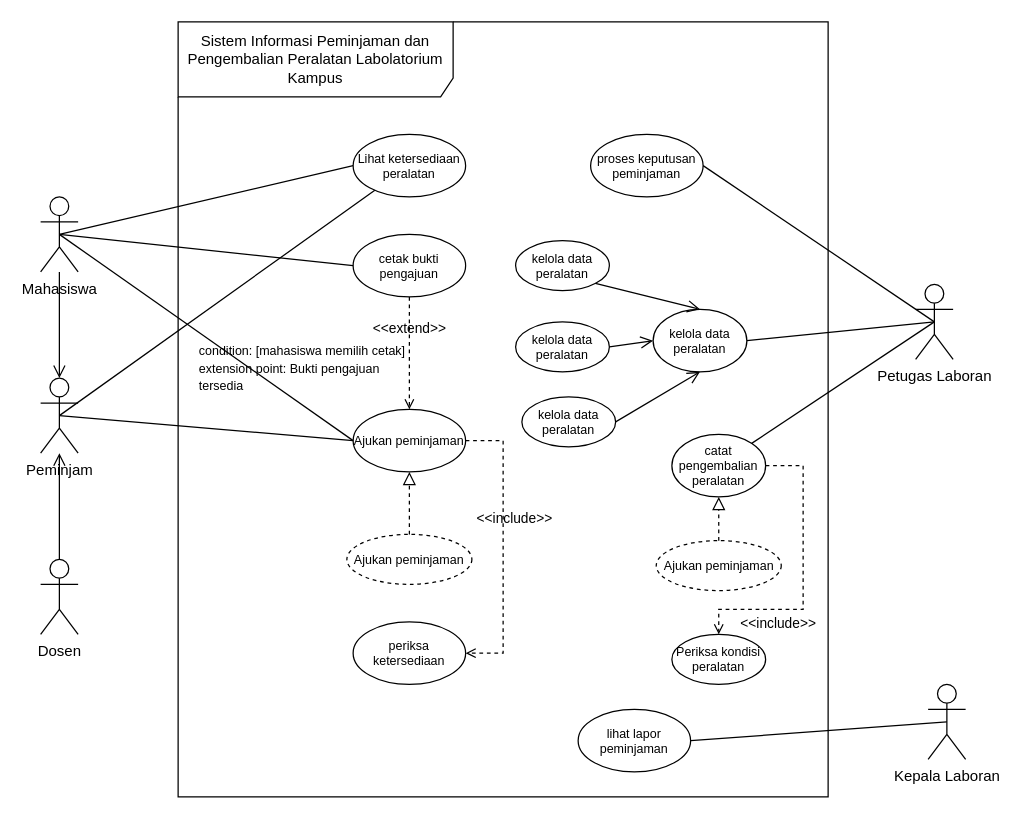
This is 04_model_analisis/P04/LAB/P04_2406108_LAB_usecase_v01.drawio from Rafly1910/IFRWP5149_2406108_LabAlat, a draw.io file, before an edit. Source tidied: cells renumbered, new cells numbered last; positions are measured from the earlier drawing's top-left corner, leaving out a move shared by most shapes. Both pictures are drawn from the tidied source at 125%, with x=0, y=0 at pixel (40, 21).
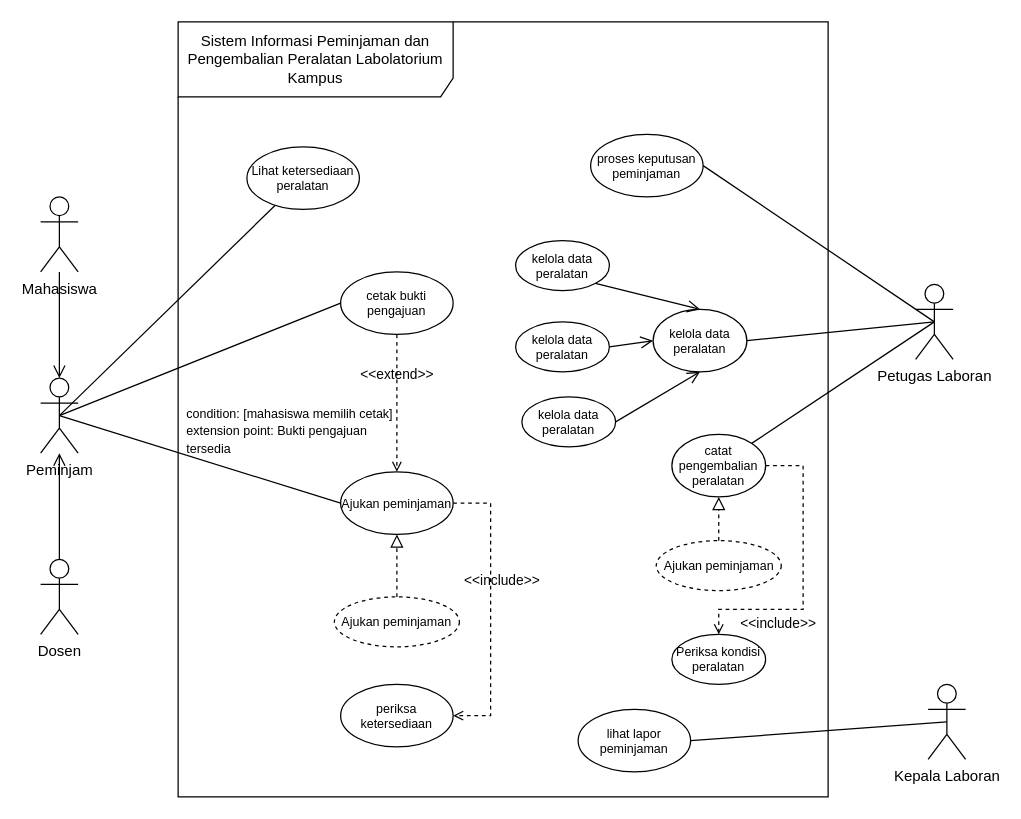
The same page after the edit.

The change refers to these unchanged cells:
```xml
<mxCell id="2" value="Sistem Informasi Peminjaman dan Pengembalian Peralatan Labolatorium Kampus" style="shape=umlFrame;whiteSpace=wrap;html=1;width=220;height=60;" parent="1" vertex="1">
  <mxGeometry x="110" width="520" height="620" as="geometry" />
</mxCell>
<mxCell id="28" value="Mahasiswa" style="shape=umlActor;verticalLabelPosition=bottom;verticalAlign=top;html=1;" parent="1" vertex="1">
  <mxGeometry y="140" width="30" height="60" as="geometry" />
</mxCell>
<mxCell id="38" value="Peminjam" style="shape=umlActor;verticalLabelPosition=bottom;verticalAlign=top;html=1;" parent="1" vertex="1">
  <mxGeometry y="285" width="30" height="60" as="geometry" />
</mxCell>
```

What changed in the source:
```diff
@@
     <mxCell id="3" value="Ajukan peminjaman" style="ellipse;whiteSpace=wrap;html=1;shapeInside=1;fontSize=10;" parent="2" vertex="1">
-      <mxGeometry x="140" y="310" width="90" height="50" as="geometry" />
+      <mxGeometry x="130" y="360" width="90" height="50" as="geometry" />
     </mxCell>
     <mxCell id="4" value="cetak bukti pengajuan" style="ellipse;whiteSpace=wrap;html=1;shapeInside=1;fontSize=10;" parent="2" vertex="1">
-      <mxGeometry x="140" y="170" width="90" height="50" as="geometry" />
+      <mxGeometry x="130" y="200" width="90" height="50" as="geometry" />
     </mxCell>
     <mxCell id="5" value="Lihat ketersediaan peralatan" style="ellipse;whiteSpace=wrap;html=1;shapeInside=1;fontSize=10;" parent="2" vertex="1">
-      <mxGeometry x="140" y="90" width="90" height="50" as="geometry" />
+      <mxGeometry x="55" y="100" width="90" height="50" as="geometry" />
     </mxCell>
@@
     <mxCell id="7" value="periksa ketersediaan" style="ellipse;whiteSpace=wrap;html=1;shapeInside=1;fontSize=10;" parent="2" vertex="1">
-      <mxGeometry x="140" y="480" width="90" height="50" as="geometry" />
+      <mxGeometry x="130" y="530" width="90" height="50" as="geometry" />
     </mxCell>
@@
     <mxCell id="11" value="&amp;lt;&amp;lt;include&amp;gt;&amp;gt;" style="html=1;verticalAlign=bottom;labelBackgroundColor=none;endArrow=open;endFill=0;dashed=1;rounded=0;exitX=1;exitY=0.5;exitDx=0;exitDy=0;entryX=1;entryY=0.5;entryDx=0;entryDy=0;edgeStyle=orthogonalEdgeStyle;" parent="2" edge="1" source="3" target="7">
       <mxGeometry x="-0.12" y="9" relative="1" as="geometry">
         <Array as="points">
-          <mxPoint x="260" y="335" />
-          <mxPoint x="260" y="505" />
+          <mxPoint x="250" y="385" />
+          <mxPoint x="250" y="555" />
         </Array>
       </mxGeometry>
     </mxCell>
     <mxCell id="12" value="&lt;font style=&quot;font-size: 10px;&quot;&gt;extension point: Bukti pengajuan tersedia&lt;/font&gt;" style="shape=note2;boundedLbl=1;whiteSpace=wrap;html=1;size=13;verticalAlign=top;align=left;spacingLeft=5;strokeColor=none;opacity=0;" parent="2" vertex="1">
-      <mxGeometry x="10" y="250" width="180" height="50" as="geometry" />
+      <mxGeometry y="300" width="180" height="50" as="geometry" />
     </mxCell>
@@
     <mxCell id="23" value="Ajukan peminjaman" style="ellipse;whiteSpace=wrap;html=1;align=center;dashed=1;fontSize=10;" parent="2" vertex="1">
-      <mxGeometry x="135" y="410" width="100" height="40" as="geometry" />
+      <mxGeometry x="125" y="460" width="100" height="40" as="geometry" />
     </mxCell>
@@
-    <mxCell id="27" style="rounded=0;jettySize=auto;html=1;entryX=0;entryY=0.5;entryDx=0;entryDy=0;exitX=0.5;exitY=0.5;exitDx=0;exitDy=0;exitPerimeter=0;endArrow=none;endFill=0;" parent="1" edge="1" source="28" target="5">
-      <mxGeometry relative="1" as="geometry" />
-    </mxCell>
@@
-    <mxCell id="30" style="rounded=0;jettySize=auto;html=1;entryX=0;entryY=0.5;entryDx=0;entryDy=0;exitX=0.5;exitY=0.5;exitDx=0;exitDy=0;exitPerimeter=0;endArrow=none;endFill=0;" parent="1" edge="1" source="28" target="3">
-      <mxGeometry relative="1" as="geometry" />
-    </mxCell>
-    <mxCell id="31" style="rounded=0;jettySize=auto;html=1;entryX=0;entryY=0.5;entryDx=0;entryDy=0;exitX=0.5;exitY=0.5;exitDx=0;exitDy=0;exitPerimeter=0;endArrow=none;endFill=0;" parent="1" edge="1" source="28" target="4">
-      <mxGeometry relative="1" as="geometry" />
-    </mxCell>
@@
+    <mxCell id="43" style="edgeStyle=none;html=1;exitX=0.5;exitY=0.5;exitDx=0;exitDy=0;exitPerimeter=0;entryX=0;entryY=0.5;entryDx=0;entryDy=0;endArrow=none;endFill=0;" parent="1" edge="1" source="38" target="4">
+      <mxGeometry relative="1" as="geometry" />
+    </mxCell>
```
